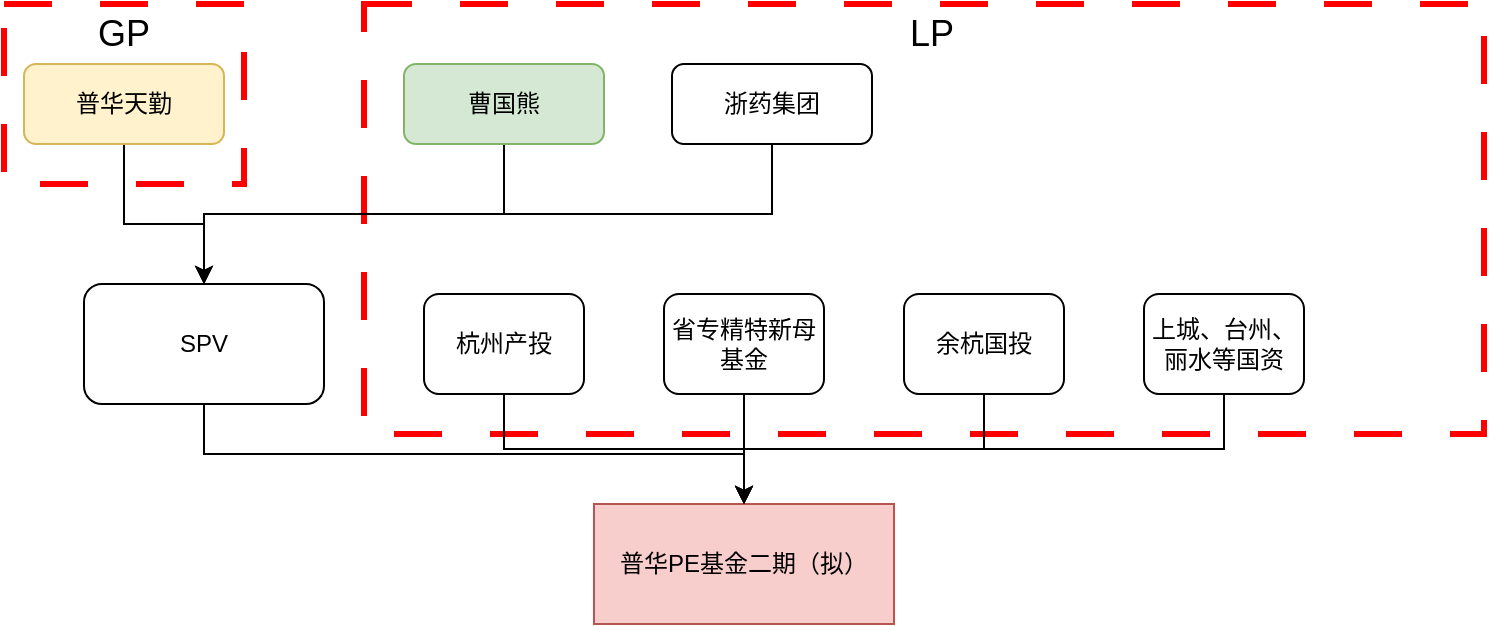
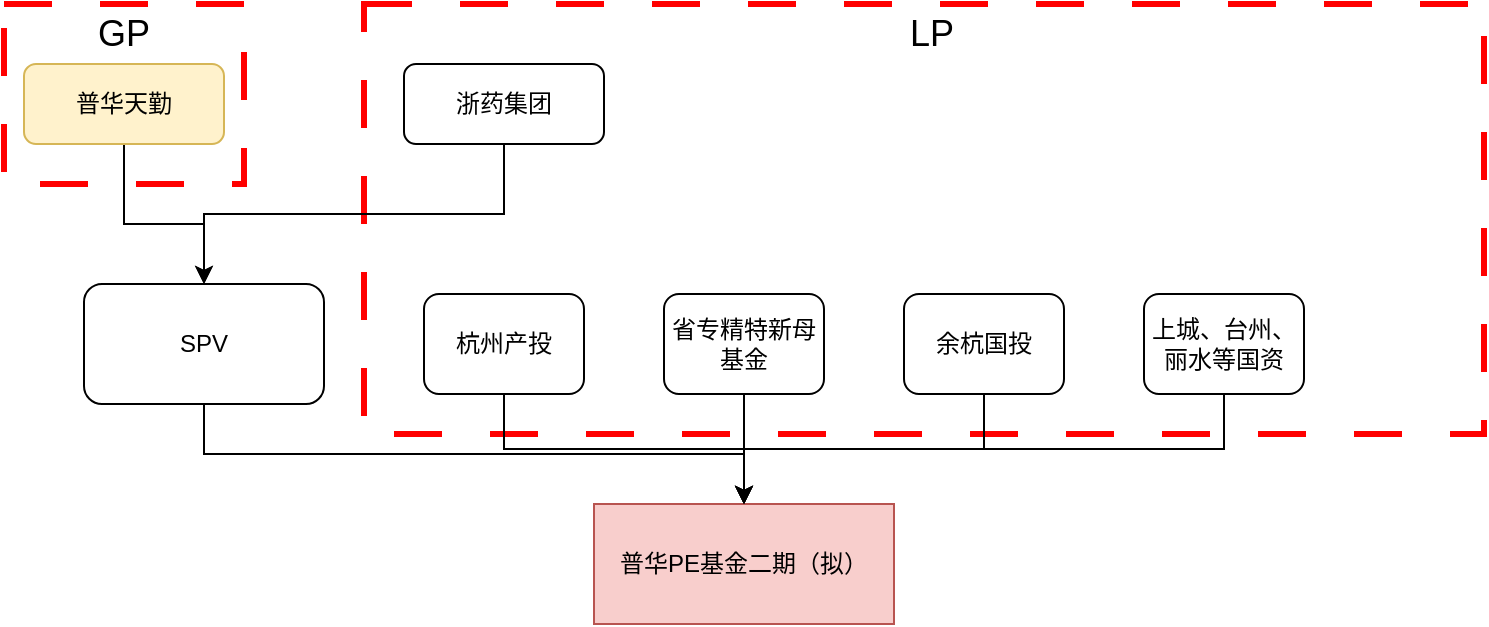
<mxfile host="app.diagrams.net">
  <diagram name="第 1 页" id="vSzaqKl99AmnVXAkMBch">
    <mxGraphModel dx="964" dy="544" grid="1" gridSize="10" guides="1" tooltips="1" connect="1" arrows="1" fold="1" page="1" pageScale="1" pageWidth="827" pageHeight="1169" math="0" shadow="0">
      <root>
        <mxCell id="0" />
        <mxCell id="1" parent="0" />
        <mxCell id="kHC86Wg_KiulxIVY_OA_-25" parent="1" style="rounded=0;whiteSpace=wrap;html=1;fillColor=none;dashed=1;dashPattern=8 8;strokeColor=#FF0000;strokeWidth=3;" value="" vertex="1">
          <mxGeometry height="90" width="120" x="30" y="20" as="geometry" />
        </mxCell>
        <mxCell id="kHC86Wg_KiulxIVY_OA_-26" parent="1" style="rounded=0;whiteSpace=wrap;html=1;fillColor=none;dashed=1;dashPattern=8 8;strokeColor=#FF0000;strokeWidth=3;" value="" vertex="1">
          <mxGeometry height="215" width="560" x="210" y="20" as="geometry" />
        </mxCell>
        <mxCell id="kHC86Wg_KiulxIVY_OA_-30" edge="1" parent="1" source="kHC86Wg_KiulxIVY_OA_-1" style="edgeStyle=orthogonalEdgeStyle;rounded=0;orthogonalLoop=1;jettySize=auto;html=1;exitX=0.5;exitY=1;exitDx=0;exitDy=0;entryX=0.5;entryY=0;entryDx=0;entryDy=0;" target="kHC86Wg_KiulxIVY_OA_-5">
          <mxGeometry relative="1" as="geometry" />
        </mxCell>
        <mxCell id="kHC86Wg_KiulxIVY_OA_-1" parent="1" style="rounded=1;whiteSpace=wrap;html=1;" value="SPV" vertex="1">
          <mxGeometry height="60" width="120" x="70" y="160" as="geometry" />
        </mxCell>
        <mxCell id="kHC86Wg_KiulxIVY_OA_-9" edge="1" parent="1" source="kHC86Wg_KiulxIVY_OA_-2" style="edgeStyle=orthogonalEdgeStyle;rounded=0;orthogonalLoop=1;jettySize=auto;html=1;entryX=0.5;entryY=0;entryDx=0;entryDy=0;" target="kHC86Wg_KiulxIVY_OA_-1">
          <mxGeometry relative="1" as="geometry">
            <Array as="points">
              <mxPoint x="90" y="130" />
              <mxPoint x="130" y="130" />
            </Array>
          </mxGeometry>
        </mxCell>
        <mxCell id="kHC86Wg_KiulxIVY_OA_-2" parent="1" style="rounded=1;whiteSpace=wrap;html=1;fillColor=#fff2cc;strokeColor=#d6b656;" value="普华天勤" vertex="1">
          <mxGeometry height="40" width="100" x="40" y="50" as="geometry" />
        </mxCell>
        <mxCell id="kHC86Wg_KiulxIVY_OA_-5" parent="1" style="rounded=0;whiteSpace=wrap;html=1;fillColor=#f8cecc;strokeColor=#b85450;" value="普华PE基金二期（拟）" vertex="1">
          <mxGeometry height="60" width="150" x="325" y="270" as="geometry" />
        </mxCell>
-         <mxCell id="kHC86Wg_KiulxIVY_OA_-27" edge="1" parent="1" source="kHC86Wg_KiulxIVY_OA_-7" style="edgeStyle=orthogonalEdgeStyle;rounded=0;orthogonalLoop=1;jettySize=auto;html=1;exitX=0.5;exitY=1;exitDx=0;exitDy=0;entryX=0.5;entryY=0;entryDx=0;entryDy=0;" target="kHC86Wg_KiulxIVY_OA_-1">
-           <mxGeometry relative="1" as="geometry" />
-         </mxCell>
-         <mxCell id="kHC86Wg_KiulxIVY_OA_-7" parent="1" style="rounded=1;whiteSpace=wrap;html=1;fillColor=#d5e8d4;strokeColor=#82b366;" value="曹国熊" vertex="1">
-           <mxGeometry height="40" width="100" x="230" y="50" as="geometry" />
-         </mxCell>
        <mxCell id="kHC86Wg_KiulxIVY_OA_-28" edge="1" parent="1" source="kHC86Wg_KiulxIVY_OA_-8" style="edgeStyle=orthogonalEdgeStyle;rounded=0;orthogonalLoop=1;jettySize=auto;html=1;exitX=0.5;exitY=1;exitDx=0;exitDy=0;entryX=0.5;entryY=0;entryDx=0;entryDy=0;" target="kHC86Wg_KiulxIVY_OA_-1">
          <mxGeometry relative="1" as="geometry" />
        </mxCell>
        <mxCell id="kHC86Wg_KiulxIVY_OA_-8" parent="1" style="rounded=1;whiteSpace=wrap;html=1;" value="浙药集团" vertex="1">
-           <mxGeometry height="40" width="100" x="364" y="50" as="geometry" />
+           <mxGeometry height="40" width="100" x="230" y="50" as="geometry" />
        </mxCell>
        <mxCell id="kHC86Wg_KiulxIVY_OA_-10" parent="1" style="text;html=1;whiteSpace=wrap;strokeColor=none;fillColor=none;align=center;verticalAlign=middle;rounded=0;" value="&lt;font style=&quot;font-size: 18px;&quot;&gt;GP&lt;/font&gt;" vertex="1">
          <mxGeometry height="30" width="60" x="60" y="20" as="geometry" />
        </mxCell>
        <mxCell id="kHC86Wg_KiulxIVY_OA_-21" edge="1" parent="1" source="kHC86Wg_KiulxIVY_OA_-13" style="edgeStyle=orthogonalEdgeStyle;rounded=0;orthogonalLoop=1;jettySize=auto;html=1;exitX=0.5;exitY=1;exitDx=0;exitDy=0;entryX=0.5;entryY=0;entryDx=0;entryDy=0;" target="kHC86Wg_KiulxIVY_OA_-5">
          <mxGeometry relative="1" as="geometry" />
        </mxCell>
        <mxCell id="kHC86Wg_KiulxIVY_OA_-13" parent="1" style="rounded=1;whiteSpace=wrap;html=1;" value="杭州产投" vertex="1">
          <mxGeometry height="50" width="80" x="240" y="165" as="geometry" />
        </mxCell>
        <mxCell id="kHC86Wg_KiulxIVY_OA_-22" edge="1" parent="1" source="kHC86Wg_KiulxIVY_OA_-15" style="edgeStyle=orthogonalEdgeStyle;rounded=0;orthogonalLoop=1;jettySize=auto;html=1;exitX=0.5;exitY=1;exitDx=0;exitDy=0;entryX=0.5;entryY=0;entryDx=0;entryDy=0;" target="kHC86Wg_KiulxIVY_OA_-5">
          <mxGeometry relative="1" as="geometry" />
        </mxCell>
        <mxCell id="kHC86Wg_KiulxIVY_OA_-15" parent="1" style="rounded=1;whiteSpace=wrap;html=1;" value="省专精特新母基金" vertex="1">
          <mxGeometry height="50" width="80" x="360" y="165" as="geometry" />
        </mxCell>
        <mxCell id="kHC86Wg_KiulxIVY_OA_-23" edge="1" parent="1" source="kHC86Wg_KiulxIVY_OA_-17" style="edgeStyle=orthogonalEdgeStyle;rounded=0;orthogonalLoop=1;jettySize=auto;html=1;exitX=0.5;exitY=1;exitDx=0;exitDy=0;entryX=0.5;entryY=0;entryDx=0;entryDy=0;" target="kHC86Wg_KiulxIVY_OA_-5">
          <mxGeometry relative="1" as="geometry" />
        </mxCell>
        <mxCell id="kHC86Wg_KiulxIVY_OA_-17" parent="1" style="rounded=1;whiteSpace=wrap;html=1;" value="余杭国投" vertex="1">
          <mxGeometry height="50" width="80" x="480" y="165" as="geometry" />
        </mxCell>
        <mxCell id="kHC86Wg_KiulxIVY_OA_-24" edge="1" parent="1" source="kHC86Wg_KiulxIVY_OA_-18" style="edgeStyle=orthogonalEdgeStyle;rounded=0;orthogonalLoop=1;jettySize=auto;html=1;exitX=0.5;exitY=1;exitDx=0;exitDy=0;entryX=0.5;entryY=0;entryDx=0;entryDy=0;" target="kHC86Wg_KiulxIVY_OA_-5">
          <mxGeometry relative="1" as="geometry" />
        </mxCell>
        <mxCell id="kHC86Wg_KiulxIVY_OA_-18" parent="1" style="rounded=1;whiteSpace=wrap;html=1;" value="上城、台州、丽水等国资" vertex="1">
          <mxGeometry height="50" width="80" x="600" y="165" as="geometry" />
        </mxCell>
        <mxCell id="kHC86Wg_KiulxIVY_OA_-29" parent="1" style="text;html=1;whiteSpace=wrap;strokeColor=none;fillColor=none;align=center;verticalAlign=middle;rounded=0;fontSize=18;" value="LP" vertex="1">
          <mxGeometry height="30" width="60" x="464" y="20" as="geometry" />
        </mxCell>
      </root>
    </mxGraphModel>
  </diagram>
</mxfile>
